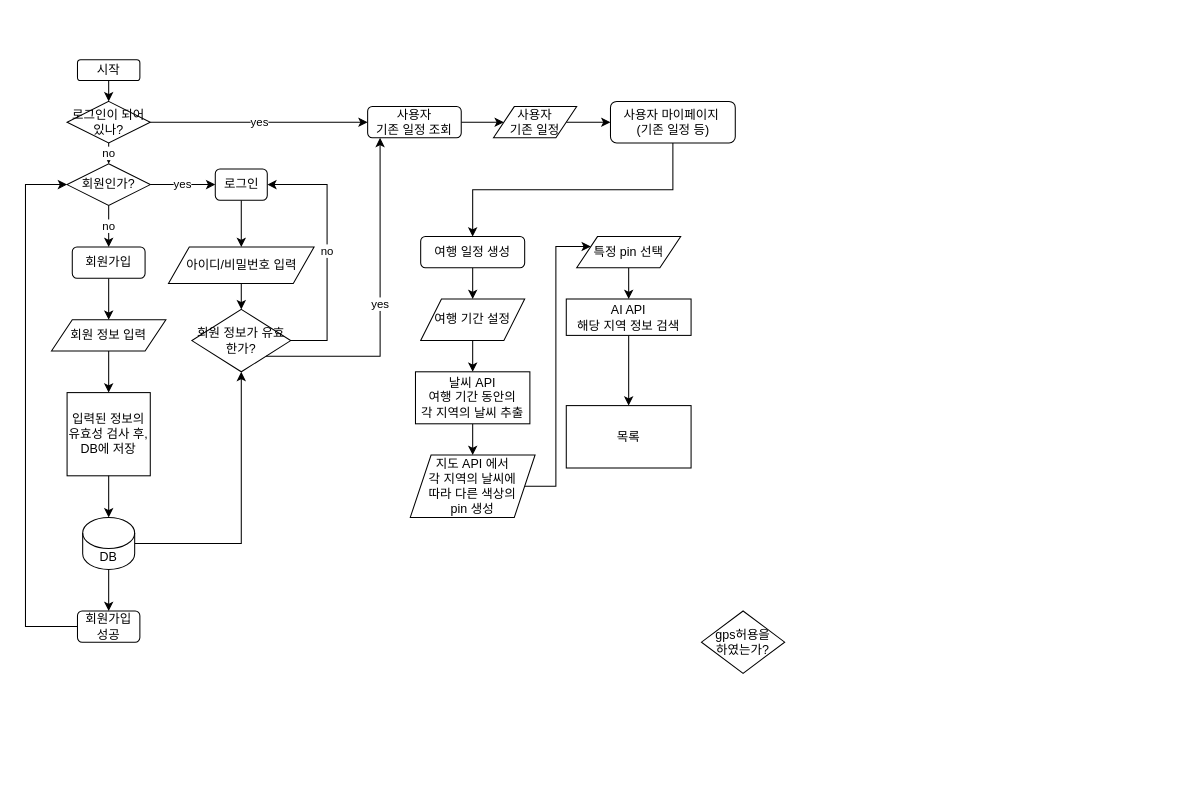
This is trivista/trivista.drawio from Ju-S/TIL_KDT, a draw.io file, before an edit. Source tidied: cells renumbered, new cells numbered last; positions are measured from the earlier drawing's top-left corner, leaving out a move shared by most shapes. Both pictures are drawn from the tidied source at 104%, with x=0, y=0 at pixel (25, 59).
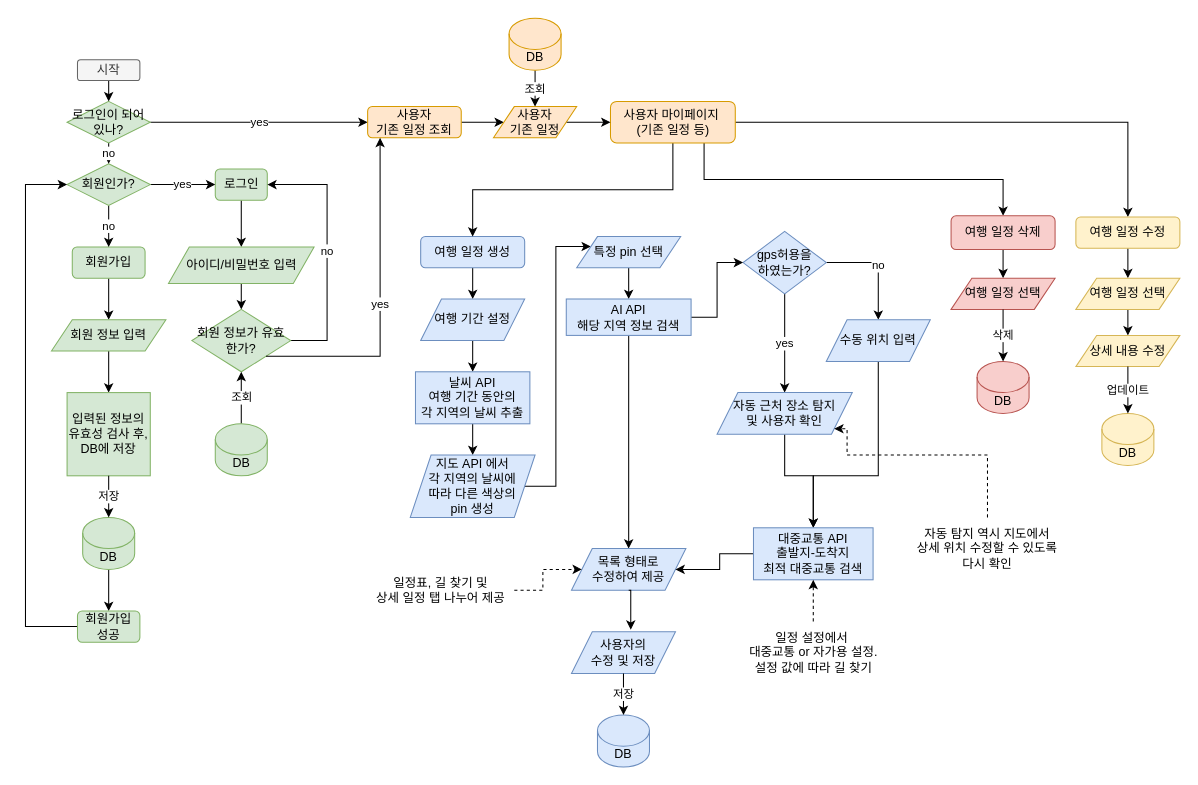
Above is the later version.

Commit message:
trivista.drawio이 추가되었습니다.

Diff of the diagram source:
```diff
@@
-    <mxCell id="3" value="시작" style="rounded=1;whiteSpace=wrap;html=1;" parent="1" vertex="1">
+    <mxCell id="3" value="시작" style="rounded=1;whiteSpace=wrap;html=1;fillColor=#f5f5f5;fontColor=#333333;strokeColor=#666666;" parent="1" vertex="1">
       <mxGeometry x="50" width="60" height="20" as="geometry" />
     </mxCell>
@@
-    <mxCell id="5" value="회원가입" style="rounded=1;whiteSpace=wrap;html=1;" parent="1" vertex="1">
+    <mxCell id="5" value="회원가입" style="rounded=1;whiteSpace=wrap;html=1;fillColor=#d5e8d4;strokeColor=#82b366;" parent="1" vertex="1">
       <mxGeometry x="45" y="180" width="70" height="30" as="geometry" />
     </mxCell>
@@
-    <mxCell id="7" value="로그인" style="rounded=1;whiteSpace=wrap;html=1;" parent="1" vertex="1">
+    <mxCell id="7" value="로그인" style="rounded=1;whiteSpace=wrap;html=1;fillColor=#d5e8d4;strokeColor=#82b366;" parent="1" vertex="1">
       <mxGeometry x="182.5" y="105" width="50" height="30" as="geometry" />
     </mxCell>
@@
-    <mxCell id="10" value="회원인가?" style="rhombus;whiteSpace=wrap;html=1;" parent="1" vertex="1">
+    <mxCell id="10" value="회원인가?" style="rhombus;whiteSpace=wrap;html=1;fillColor=#d5e8d4;strokeColor=#82b366;" parent="1" vertex="1">
       <mxGeometry x="40" y="100" width="80" height="40" as="geometry" />
     </mxCell>
@@
-    <mxCell id="12" value="회원 정보 입력" style="shape=parallelogram;perimeter=parallelogramPerimeter;whiteSpace=wrap;html=1;fixedSize=1;" parent="1" vertex="1">
+    <mxCell id="12" value="회원 정보 입력" style="shape=parallelogram;perimeter=parallelogramPerimeter;whiteSpace=wrap;html=1;fixedSize=1;fillColor=#d5e8d4;strokeColor=#82b366;" parent="1" vertex="1">
       <mxGeometry x="25" y="250" width="110" height="30" as="geometry" />
     </mxCell>
@@
-    <mxCell id="14" style="edgeStyle=orthogonalEdgeStyle;rounded=0;jettySize=auto;html=1;exitX=1;exitY=0.5;exitDx=0;exitDy=0;exitPerimeter=0;entryX=0.5;entryY=1;entryDx=0;entryDy=0;" parent="1" edge="1" source="15" target="21">
-      <mxGeometry relative="1" as="geometry" />
-    </mxCell>
-    <mxCell id="15" value="DB" style="shape=cylinder3;whiteSpace=wrap;html=1;boundedLbl=1;backgroundOutline=1;size=15;" parent="1" vertex="1">
+    <mxCell id="15" value="DB" style="shape=cylinder3;whiteSpace=wrap;html=1;boundedLbl=1;backgroundOutline=1;size=15;fillColor=#d5e8d4;strokeColor=#82b366;" parent="1" vertex="1">
       <mxGeometry x="55" y="440" width="50" height="50" as="geometry" />
     </mxCell>
-    <mxCell id="16" value="입력된 정보의 유효성 검사 후, DB에 저장" style="whiteSpace=wrap;html=1;" parent="1" vertex="1">
+    <mxCell id="16" value="입력된 정보의 유효성 검사 후, DB에 저장" style="whiteSpace=wrap;html=1;fillColor=#d5e8d4;strokeColor=#82b366;" parent="1" vertex="1">
       <mxGeometry x="40" y="320" width="80" height="80" as="geometry" />
     </mxCell>
-    <mxCell id="17" style="edgeStyle=orthogonalEdgeStyle;rounded=0;jettySize=auto;html=1;exitX=0.5;exitY=1;exitDx=0;exitDy=0;entryX=0.5;entryY=0;entryDx=0;entryDy=0;entryPerimeter=0;" parent="1" edge="1" source="16" target="15">
+    <mxCell id="17" value="저장" style="edgeStyle=orthogonalEdgeStyle;rounded=0;jettySize=auto;html=1;exitX=0.5;exitY=1;exitDx=0;exitDy=0;entryX=0.5;entryY=0;entryDx=0;entryDy=0;entryPerimeter=0;" parent="1" edge="1" source="16" target="15">
       <mxGeometry relative="1" as="geometry" />
     </mxCell>
@@
-    <mxCell id="19" value="아이디/비밀번호 입력" style="shape=parallelogram;perimeter=parallelogramPerimeter;whiteSpace=wrap;html=1;fixedSize=1;" parent="1" vertex="1">
+    <mxCell id="19" value="아이디/비밀번호 입력" style="shape=parallelogram;perimeter=parallelogramPerimeter;whiteSpace=wrap;html=1;fixedSize=1;fillColor=#d5e8d4;strokeColor=#82b366;" parent="1" vertex="1">
       <mxGeometry x="137.5" y="180" width="140" height="35" as="geometry" />
     </mxCell>
@@
-    <mxCell id="21" value="회원 정보가 유효한가?" style="rhombus;whiteSpace=wrap;html=1;" parent="1" vertex="1">
+    <mxCell id="21" value="회원 정보가 유효한가?" style="rhombus;whiteSpace=wrap;html=1;fillColor=#d5e8d4;strokeColor=#82b366;" parent="1" vertex="1">
       <mxGeometry x="160" y="240" width="95" height="60" as="geometry" />
     </mxCell>
@@
-    <mxCell id="23" value="회원가입 성공" style="rounded=1;whiteSpace=wrap;html=1;" parent="1" vertex="1">
+    <mxCell id="23" value="회원가입 성공" style="rounded=1;whiteSpace=wrap;html=1;fillColor=#d5e8d4;strokeColor=#82b366;" parent="1" vertex="1">
       <mxGeometry x="50" y="530" width="60" height="30" as="geometry" />
     </mxCell>
@@
-    <mxCell id="25" value="여행 일정 생성" style="rounded=1;whiteSpace=wrap;html=1;" parent="1" vertex="1">
+    <mxCell id="25" value="여행 일정 생성" style="rounded=1;whiteSpace=wrap;html=1;fillColor=#dae8fc;strokeColor=#6c8ebf;" parent="1" vertex="1">
       <mxGeometry x="380" y="170" width="100" height="30" as="geometry" />
     </mxCell>
+    <mxCell id="48" value="no" style="edgeStyle=orthogonalEdgeStyle;rounded=0;jettySize=auto;html=1;exitX=1;exitY=0.5;exitDx=0;exitDy=0;entryX=0.5;entryY=0;entryDx=0;entryDy=0;" parent="1" edge="1" source="26" target="74">
+      <mxGeometry relative="1" as="geometry" />
+    </mxCell>
+    <mxCell id="49" value="yes" style="edgeStyle=orthogonalEdgeStyle;rounded=0;jettySize=auto;html=1;exitX=0.5;exitY=1;exitDx=0;exitDy=0;entryX=0.5;entryY=0;entryDx=0;entryDy=0;" parent="1" edge="1" source="26" target="76">
+      <mxGeometry relative="1" as="geometry" />
+    </mxCell>
-    <mxCell id="26" value="gps허용을&lt;div&gt;하였는가?&lt;/div&gt;" style="rhombus;whiteSpace=wrap;html=1;" parent="1" vertex="1">
-      <mxGeometry x="650" y="530" width="80" height="60" as="geometry" />
+    <mxCell id="26" value="gps허용을&lt;div&gt;하였는가?&lt;/div&gt;" style="rhombus;whiteSpace=wrap;html=1;fillColor=#dae8fc;strokeColor=#6c8ebf;" parent="1" vertex="1">
+      <mxGeometry x="690" y="165" width="80" height="60" as="geometry" />
     </mxCell>
@@
-    <mxCell id="28" value="여행 기간 설정" style="shape=parallelogram;perimeter=parallelogramPerimeter;whiteSpace=wrap;html=1;fixedSize=1;" parent="1" vertex="1">
+    <mxCell id="28" value="여행 기간 설정" style="shape=parallelogram;perimeter=parallelogramPerimeter;whiteSpace=wrap;html=1;fixedSize=1;fillColor=#dae8fc;strokeColor=#6c8ebf;" parent="1" vertex="1">
       <mxGeometry x="380" y="230" width="100" height="40" as="geometry" />
     </mxCell>
@@
-    <mxCell id="30" value="날씨 API&lt;div&gt;&lt;span style=&quot;background-color: transparent; color: light-dark(rgb(0, 0, 0), rgb(255, 255, 255));&quot;&gt;여행 기간 동안의&lt;/span&gt;&lt;div&gt;각 지역의 날씨 추출&lt;/div&gt;&lt;/div&gt;" style="rounded=0;whiteSpace=wrap;html=1;" parent="1" vertex="1">
+    <mxCell id="30" value="날씨 API&lt;div&gt;&lt;span style=&quot;background-color: transparent; color: light-dark(rgb(0, 0, 0), rgb(255, 255, 255));&quot;&gt;여행 기간 동안의&lt;/span&gt;&lt;div&gt;각 지역의 날씨 추출&lt;/div&gt;&lt;/div&gt;" style="rounded=0;whiteSpace=wrap;html=1;fillColor=#dae8fc;strokeColor=#6c8ebf;" parent="1" vertex="1">
       <mxGeometry x="375" y="300" width="110" height="50" as="geometry" />
     </mxCell>
@@
-    <mxCell id="32" value="지도 API 에서&lt;div&gt;각 지역의 날씨에&lt;/div&gt;&lt;div&gt;따라 다른 색상의&lt;/div&gt;&lt;div&gt;pin 생성&lt;/div&gt;" style="shape=parallelogram;perimeter=parallelogramPerimeter;whiteSpace=wrap;html=1;fixedSize=1;" parent="1" vertex="1">
+    <mxCell id="32" value="지도 API 에서&lt;div&gt;각 지역의 날씨에&lt;/div&gt;&lt;div&gt;따라 다른 색상의&lt;/div&gt;&lt;div&gt;pin 생성&lt;/div&gt;" style="shape=parallelogram;perimeter=parallelogramPerimeter;whiteSpace=wrap;html=1;fixedSize=1;fillColor=#dae8fc;strokeColor=#6c8ebf;" parent="1" vertex="1">
       <mxGeometry x="370" y="380" width="120" height="60" as="geometry" />
     </mxCell>
@@
+    <mxCell id="50" style="edgeStyle=orthogonalEdgeStyle;rounded=0;jettySize=auto;html=1;exitX=0.75;exitY=1;exitDx=0;exitDy=0;entryX=0.5;entryY=0;entryDx=0;entryDy=0;" parent="1" edge="1" source="34" target="62">
+      <mxGeometry relative="1" as="geometry" />
+    </mxCell>
+    <mxCell id="51" style="edgeStyle=orthogonalEdgeStyle;rounded=0;jettySize=auto;html=1;exitX=1;exitY=0.5;exitDx=0;exitDy=0;entryX=0.5;entryY=0;entryDx=0;entryDy=0;" parent="1" edge="1" source="34" target="64">
+      <mxGeometry relative="1" as="geometry" />
+    </mxCell>
-    <mxCell id="34" value="사용자 마이페이지&amp;nbsp;&lt;div&gt;&lt;span style=&quot;background-color: transparent; color: light-dark(rgb(0, 0, 0), rgb(255, 255, 255));&quot;&gt;(기존 일정 등)&lt;/span&gt;&lt;/div&gt;" style="rounded=1;whiteSpace=wrap;html=1;" parent="1" vertex="1">
+    <mxCell id="34" value="사용자 마이페이지&amp;nbsp;&lt;div&gt;&lt;span style=&quot;background-color: transparent; color: light-dark(rgb(0, 0, 0), rgb(255, 255, 255));&quot;&gt;(기존 일정 등)&lt;/span&gt;&lt;/div&gt;" style="rounded=1;whiteSpace=wrap;html=1;fillColor=#ffe6cc;strokeColor=#d79b00;" parent="1" vertex="1">
       <mxGeometry x="562.5" y="40" width="120" height="40" as="geometry" />
     </mxCell>
@@
-    <mxCell id="37" value="로그인이 되어있나?" style="rhombus;whiteSpace=wrap;html=1;" parent="1" vertex="1">
+    <mxCell id="37" value="로그인이 되어있나?" style="rhombus;whiteSpace=wrap;html=1;fillColor=#d5e8d4;strokeColor=#82b366;" parent="1" vertex="1">
       <mxGeometry x="40" y="40" width="80" height="40" as="geometry" />
     </mxCell>
@@
-    <mxCell id="39" value="&lt;div&gt;사용자&lt;/div&gt;기존 일정 조회" style="rounded=1;whiteSpace=wrap;html=1;" parent="1" vertex="1">
+    <mxCell id="39" value="&lt;div&gt;사용자&lt;/div&gt;기존 일정 조회" style="rounded=1;whiteSpace=wrap;html=1;fillColor=#ffe6cc;strokeColor=#d79b00;" parent="1" vertex="1">
       <mxGeometry x="329" y="45" width="90" height="30" as="geometry" />
     </mxCell>
@@
-    <mxCell id="42" value="사용자&lt;div&gt;기존 일정&lt;/div&gt;" style="shape=parallelogram;perimeter=parallelogramPerimeter;whiteSpace=wrap;html=1;fixedSize=1;" parent="1" vertex="1">
+    <mxCell id="42" value="사용자&lt;div&gt;기존 일정&lt;/div&gt;" style="shape=parallelogram;perimeter=parallelogramPerimeter;whiteSpace=wrap;html=1;fixedSize=1;fillColor=#ffe6cc;strokeColor=#d79b00;" parent="1" vertex="1">
       <mxGeometry x="450" y="45" width="80" height="30" as="geometry" />
     </mxCell>
@@
-    <mxCell id="44" value="특정 pin 선택" style="shape=parallelogram;perimeter=parallelogramPerimeter;whiteSpace=wrap;html=1;fixedSize=1;" parent="1" vertex="1">
+    <mxCell id="44" value="특정 pin 선택" style="shape=parallelogram;perimeter=parallelogramPerimeter;whiteSpace=wrap;html=1;fixedSize=1;fillColor=#dae8fc;strokeColor=#6c8ebf;" parent="1" vertex="1">
       <mxGeometry x="530" y="170" width="100" height="30" as="geometry" />
     </mxCell>
-    <mxCell id="45" style="edgeStyle=orthogonalEdgeStyle;rounded=0;jettySize=auto;html=1;" parent="1" edge="1" source="46" target="47">
-      <mxGeometry relative="1" as="geometry" />
-    </mxCell>
+    <mxCell id="52" style="edgeStyle=orthogonalEdgeStyle;rounded=0;jettySize=auto;html=1;exitX=0.5;exitY=1;exitDx=0;exitDy=0;entryX=0.5;entryY=0;entryDx=0;entryDy=0;" parent="1" edge="1" source="46" target="54">
+      <mxGeometry relative="1" as="geometry" />
+    </mxCell>
+    <mxCell id="53" style="edgeStyle=orthogonalEdgeStyle;rounded=0;jettySize=auto;html=1;exitX=1;exitY=0.5;exitDx=0;exitDy=0;entryX=0;entryY=0.5;entryDx=0;entryDy=0;" parent="1" edge="1" source="46" target="26">
+      <mxGeometry relative="1" as="geometry" />
+    </mxCell>
-    <mxCell id="46" value="AI API&lt;div&gt;해당 지역 정보 검색&lt;/div&gt;" style="whiteSpace=wrap;html=1;" parent="1" vertex="1">
+    <mxCell id="46" value="AI API&lt;div&gt;해당 지역 정보 검색&lt;/div&gt;" style="whiteSpace=wrap;html=1;fillColor=#dae8fc;strokeColor=#6c8ebf;" parent="1" vertex="1">
       <mxGeometry x="520" y="230" width="120" height="35" as="geometry" />
     </mxCell>
-    <mxCell id="47" value="목록" style="whiteSpace=wrap;html=1;" parent="1" vertex="1">
-      <mxGeometry x="520" y="332.5" width="120" height="60" as="geometry" />
-    </mxCell>
+    <mxCell id="54" value="목록 형태로&lt;div&gt;수정하여 제공&lt;/div&gt;" style="shape=parallelogram;perimeter=parallelogramPerimeter;whiteSpace=wrap;html=1;fixedSize=1;fillColor=#dae8fc;strokeColor=#6c8ebf;" parent="1" vertex="1">
+      <mxGeometry x="525" y="470" width="110" height="40" as="geometry" />
+    </mxCell>
+    <mxCell id="55" value="조회" style="edgeStyle=orthogonalEdgeStyle;rounded=0;jettySize=auto;html=1;exitX=0.5;exitY=1;exitDx=0;exitDy=0;exitPerimeter=0;entryX=0.5;entryY=0;entryDx=0;entryDy=0;" parent="1" edge="1" source="56" target="42">
+      <mxGeometry relative="1" as="geometry" />
+    </mxCell>
+    <mxCell id="56" value="DB" style="shape=cylinder3;whiteSpace=wrap;html=1;boundedLbl=1;backgroundOutline=1;size=15;fillColor=#ffe6cc;strokeColor=#d79b00;" parent="1" vertex="1">
+      <mxGeometry x="465" y="-40" width="50" height="50" as="geometry" />
+    </mxCell>
+    <mxCell id="57" value="조회" style="edgeStyle=orthogonalEdgeStyle;rounded=0;jettySize=auto;html=1;exitX=0.5;exitY=0;exitDx=0;exitDy=0;exitPerimeter=0;" parent="1" edge="1" source="58" target="21">
+      <mxGeometry relative="1" as="geometry" />
+    </mxCell>
+    <mxCell id="58" value="DB" style="shape=cylinder3;whiteSpace=wrap;html=1;boundedLbl=1;backgroundOutline=1;size=15;fillColor=#d5e8d4;strokeColor=#82b366;" parent="1" vertex="1">
+      <mxGeometry x="182.5" y="350" width="50" height="50" as="geometry" />
+    </mxCell>
+    <mxCell id="59" value="사용자의&lt;div&gt;수정 및 저장&lt;/div&gt;" style="shape=parallelogram;perimeter=parallelogramPerimeter;whiteSpace=wrap;html=1;fixedSize=1;fillColor=#dae8fc;strokeColor=#6c8ebf;" parent="1" vertex="1">
+      <mxGeometry x="525" y="550" width="100" height="40" as="geometry" />
+    </mxCell>
+    <mxCell id="60" style="edgeStyle=orthogonalEdgeStyle;rounded=0;jettySize=auto;html=1;exitX=0.5;exitY=1;exitDx=0;exitDy=0;entryX=0.57;entryY=-0.05;entryDx=0;entryDy=0;entryPerimeter=0;" parent="1" edge="1" source="54" target="59">
+      <mxGeometry relative="1" as="geometry" />
+    </mxCell>
+    <mxCell id="61" style="edgeStyle=orthogonalEdgeStyle;rounded=0;jettySize=auto;html=1;exitX=0.5;exitY=1;exitDx=0;exitDy=0;entryX=0.5;entryY=0;entryDx=0;entryDy=0;" parent="1" edge="1" source="62" target="67">
+      <mxGeometry relative="1" as="geometry" />
+    </mxCell>
+    <mxCell id="62" value="여행 일정 삭제" style="rounded=1;whiteSpace=wrap;html=1;fillColor=#f8cecc;strokeColor=#b85450;" parent="1" vertex="1">
+      <mxGeometry x="890" y="150" width="100" height="32.5" as="geometry" />
+    </mxCell>
+    <mxCell id="63" style="edgeStyle=orthogonalEdgeStyle;rounded=0;jettySize=auto;html=1;exitX=0.5;exitY=1;exitDx=0;exitDy=0;entryX=0.5;entryY=0;entryDx=0;entryDy=0;" parent="1" edge="1" source="64" target="70">
+      <mxGeometry relative="1" as="geometry" />
+    </mxCell>
+    <mxCell id="64" value="여행 일정 수정" style="rounded=1;whiteSpace=wrap;html=1;fillColor=#fff2cc;strokeColor=#d6b656;" parent="1" vertex="1">
+      <mxGeometry x="1010" y="151.2" width="100" height="30" as="geometry" />
+    </mxCell>
+    <mxCell id="65" value="DB" style="shape=cylinder3;whiteSpace=wrap;html=1;boundedLbl=1;backgroundOutline=1;size=15;fillColor=#f8cecc;strokeColor=#b85450;" parent="1" vertex="1">
+      <mxGeometry x="915" y="290" width="50" height="50" as="geometry" />
+    </mxCell>
+    <mxCell id="66" value="DB" style="shape=cylinder3;whiteSpace=wrap;html=1;boundedLbl=1;backgroundOutline=1;size=15;fillColor=#fff2cc;strokeColor=#d6b656;" parent="1" vertex="1">
+      <mxGeometry x="1035" y="340" width="50" height="50" as="geometry" />
+    </mxCell>
+    <mxCell id="67" value="여행 일정 선택" style="shape=parallelogram;perimeter=parallelogramPerimeter;whiteSpace=wrap;html=1;fixedSize=1;fillColor=#f8cecc;strokeColor=#b85450;" parent="1" vertex="1">
+      <mxGeometry x="890" y="210" width="100" height="30" as="geometry" />
+    </mxCell>
+    <mxCell id="68" value="삭제" style="edgeStyle=orthogonalEdgeStyle;rounded=0;jettySize=auto;html=1;exitX=0.5;exitY=1;exitDx=0;exitDy=0;entryX=0.5;entryY=0;entryDx=0;entryDy=0;entryPerimeter=0;" parent="1" edge="1" source="67" target="65">
+      <mxGeometry relative="1" as="geometry" />
+    </mxCell>
+    <mxCell id="69" style="edgeStyle=orthogonalEdgeStyle;rounded=0;jettySize=auto;html=1;exitX=0.5;exitY=1;exitDx=0;exitDy=0;entryX=0.5;entryY=0;entryDx=0;entryDy=0;" parent="1" edge="1" source="70" target="71">
+      <mxGeometry relative="1" as="geometry" />
+    </mxCell>
+    <mxCell id="70" value="여행 일정 선택" style="shape=parallelogram;perimeter=parallelogramPerimeter;whiteSpace=wrap;html=1;fixedSize=1;fillColor=#fff2cc;strokeColor=#d6b656;" parent="1" vertex="1">
+      <mxGeometry x="1010" y="210" width="100" height="30" as="geometry" />
+    </mxCell>
+    <mxCell id="71" value="상세 내용 수정" style="shape=parallelogram;perimeter=parallelogramPerimeter;whiteSpace=wrap;html=1;fixedSize=1;fillColor=#fff2cc;strokeColor=#d6b656;" parent="1" vertex="1">
+      <mxGeometry x="1010" y="265" width="100" height="30" as="geometry" />
+    </mxCell>
+    <mxCell id="72" value="업데이트" style="edgeStyle=orthogonalEdgeStyle;rounded=0;jettySize=auto;html=1;exitX=0.5;exitY=1;exitDx=0;exitDy=0;entryX=0.5;entryY=0;entryDx=0;entryDy=0;entryPerimeter=0;" parent="1" edge="1" source="71" target="66">
+      <mxGeometry relative="1" as="geometry" />
+    </mxCell>
+    <mxCell id="73" style="edgeStyle=orthogonalEdgeStyle;rounded=0;jettySize=auto;html=1;exitX=0.5;exitY=1;exitDx=0;exitDy=0;entryX=0.5;entryY=0;entryDx=0;entryDy=0;" parent="1" edge="1" source="74" target="78">
+      <mxGeometry relative="1" as="geometry">
+        <Array as="points">
+          <mxPoint x="820" y="400" />
+          <mxPoint x="758" y="400" />
+        </Array>
+      </mxGeometry>
+    </mxCell>
+    <mxCell id="74" value="수동 위치 입력" style="shape=parallelogram;perimeter=parallelogramPerimeter;whiteSpace=wrap;html=1;fixedSize=1;fillColor=#dae8fc;strokeColor=#6c8ebf;" parent="1" vertex="1">
+      <mxGeometry x="770" y="250" width="100" height="40" as="geometry" />
+    </mxCell>
+    <mxCell id="75" style="edgeStyle=orthogonalEdgeStyle;rounded=0;jettySize=auto;html=1;exitX=0.5;exitY=1;exitDx=0;exitDy=0;entryX=0.5;entryY=0;entryDx=0;entryDy=0;" parent="1" edge="1" source="76" target="78">
+      <mxGeometry relative="1" as="geometry">
+        <Array as="points">
+          <mxPoint x="730" y="400" />
+          <mxPoint x="758" y="400" />
+        </Array>
+      </mxGeometry>
+    </mxCell>
+    <mxCell id="76" value="자동 근처 장소 탐지&lt;div&gt;및 사용자 확인&lt;/div&gt;" style="shape=parallelogram;perimeter=parallelogramPerimeter;whiteSpace=wrap;html=1;fixedSize=1;fillColor=#dae8fc;strokeColor=#6c8ebf;" parent="1" vertex="1">
+      <mxGeometry x="665" y="320" width="130" height="40" as="geometry" />
+    </mxCell>
+    <mxCell id="77" style="edgeStyle=orthogonalEdgeStyle;rounded=0;jettySize=auto;html=1;exitX=0;exitY=0.5;exitDx=0;exitDy=0;entryX=1;entryY=0.5;entryDx=0;entryDy=0;" parent="1" edge="1" source="78" target="54">
+      <mxGeometry relative="1" as="geometry" />
+    </mxCell>
+    <mxCell id="78" value="대중교통 API&lt;div&gt;출발지-도착지&lt;/div&gt;&lt;div&gt;최적 대중교통 검색&lt;/div&gt;" style="rounded=0;whiteSpace=wrap;html=1;fillColor=#dae8fc;strokeColor=#6c8ebf;" parent="1" vertex="1">
+      <mxGeometry x="700" y="450" width="115" height="50" as="geometry" />
+    </mxCell>
+    <mxCell id="79" style="edgeStyle=orthogonalEdgeStyle;rounded=0;jettySize=auto;html=1;exitX=0.5;exitY=0;exitDx=0;exitDy=0;entryX=0.5;entryY=1;entryDx=0;entryDy=0;dashed=1;" parent="1" edge="1" source="80" target="78">
+      <mxGeometry relative="1" as="geometry" />
+    </mxCell>
+    <mxCell id="80" value="일정 설정에서&amp;nbsp;&lt;div&gt;대중교통 or 자가용 설정.&lt;div&gt;설정 값에 따라 길 찾기&lt;/div&gt;&lt;/div&gt;" style="text;html=1;align=center;verticalAlign=middle;whiteSpace=wrap;rounded=0;" parent="1" vertex="1">
+      <mxGeometry x="682.5" y="540" width="150" height="60" as="geometry" />
+    </mxCell>
+    <mxCell id="81" style="edgeStyle=orthogonalEdgeStyle;rounded=0;jettySize=auto;html=1;exitX=1;exitY=0.5;exitDx=0;exitDy=0;entryX=0;entryY=0.5;entryDx=0;entryDy=0;dashed=1;" parent="1" edge="1" source="82" target="54">
+      <mxGeometry relative="1" as="geometry" />
+    </mxCell>
+    <mxCell id="82" value="일정표, 길 찾기 및&lt;div&gt;상세 일정 탭 나누어 제공&lt;/div&gt;" style="text;html=1;align=center;verticalAlign=middle;whiteSpace=wrap;rounded=0;" parent="1" vertex="1">
+      <mxGeometry x="329" y="480" width="141" height="60" as="geometry" />
+    </mxCell>
+    <mxCell id="83" value="DB" style="shape=cylinder3;whiteSpace=wrap;html=1;boundedLbl=1;backgroundOutline=1;size=15;fillColor=#dae8fc;strokeColor=#6c8ebf;" parent="1" vertex="1">
+      <mxGeometry x="550" y="630" width="50" height="50" as="geometry" />
+    </mxCell>
+    <mxCell id="84" value="저장" style="edgeStyle=orthogonalEdgeStyle;rounded=0;jettySize=auto;html=1;exitX=0.5;exitY=1;exitDx=0;exitDy=0;entryX=0.5;entryY=0;entryDx=0;entryDy=0;entryPerimeter=0;" parent="1" edge="1" source="59" target="83">
+      <mxGeometry relative="1" as="geometry" />
+    </mxCell>
+    <mxCell id="85" style="edgeStyle=orthogonalEdgeStyle;rounded=0;jettySize=auto;html=1;exitX=0.5;exitY=0;exitDx=0;exitDy=0;entryX=1;entryY=1;entryDx=0;entryDy=0;dashed=1;" parent="1" edge="1" source="86" target="76">
+      <mxGeometry relative="1" as="geometry">
+        <Array as="points">
+          <mxPoint x="925" y="380" />
+          <mxPoint x="790" y="380" />
+          <mxPoint x="790" y="355" />
+        </Array>
+      </mxGeometry>
+    </mxCell>
+    <mxCell id="86" value="자동 탐지 역시 지도에서&lt;div&gt;상세 위치 수정할 수 있도록 다시 확인&lt;/div&gt;" style="text;html=1;align=center;verticalAlign=middle;whiteSpace=wrap;rounded=0;" parent="1" vertex="1">
+      <mxGeometry x="850" y="440" width="150" height="60" as="geometry" />
+    </mxCell>
```
